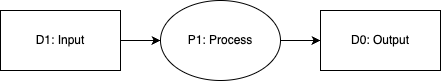
This is .ai/skills/pjm-pfd-project-bootstrap/assets/basic-pfd.drawio.png from Kuniwak/pfd-tools, a draw.io export, as it was before one commit. Source tidied: cells renumbered, new cells last; positions are measured from the earlier drawing's top-left corner, leaving out a move shared by most shapes.
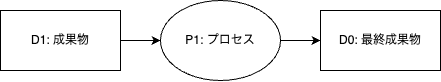
The same diagram one commit later.

What changed in the source:
```diff
@@ -2,19 +2,19 @@
   <root>
     <mxCell id="0" />
     <mxCell id="1" parent="0" />
-    <mxCell id="2" value="D0: Output" style="rounded=0;whiteSpace=wrap;html=1;" parent="1" vertex="1">
+    <mxCell id="2" value="D0: 最終成果物" style="rounded=0;whiteSpace=wrap;html=1;" parent="1" vertex="1">
       <mxGeometry x="320" y="10" width="120" height="60" as="geometry" />
     </mxCell>
     <mxCell id="3" style="edgeStyle=orthogonalEdgeStyle;html=1;jumpStyle=gap;" parent="1" edge="1" source="4" target="2">
       <mxGeometry relative="1" as="geometry" />
     </mxCell>
-    <mxCell id="4" value="P1: Process" style="ellipse;whiteSpace=wrap;html=1;" parent="1" vertex="1">
+    <mxCell id="4" value="P1: プロセス" style="ellipse;whiteSpace=wrap;html=1;" parent="1" vertex="1">
       <mxGeometry x="160" width="120" height="80" as="geometry" />
     </mxCell>
     <mxCell id="5" style="edgeStyle=orthogonalEdgeStyle;html=1;jumpStyle=gap;" parent="1" edge="1" source="6" target="4">
       <mxGeometry relative="1" as="geometry" />
     </mxCell>
-    <mxCell id="6" value="D1: Input" style="rounded=0;whiteSpace=wrap;html=1;" parent="1" vertex="1">
+    <mxCell id="6" value="D1: 成果物" style="rounded=0;whiteSpace=wrap;html=1;" parent="1" vertex="1">
       <mxGeometry y="10" width="120" height="60" as="geometry" />
     </mxCell>
   </root>
```
